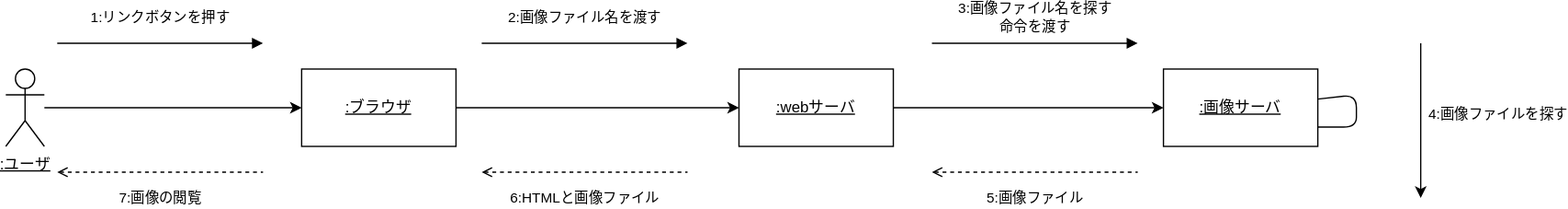
Above: 演習５-1_CD_Web画像検索.drawio.svg in Yamamoto0818/uml-intro (draw.io), before the change. Source tidied: cells renumbered, new cells last; positions are measured from the earlier drawing's top-left corner, leaving out a move shared by most shapes.
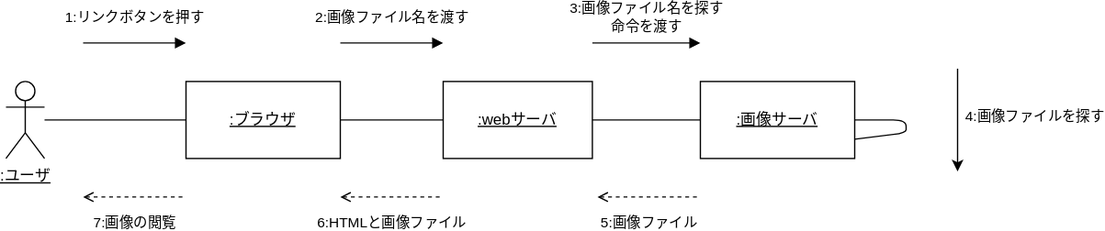
Later version of the same file.

Change to the diagram source:
```diff
@@ -2,75 +2,75 @@
   <root>
     <mxCell id="0" />
     <mxCell id="1" parent="0" />
-    <mxCell id="2" style="edgeStyle=none;html=1;" parent="1" edge="1" source="3" target="5">
+    <mxCell id="2" style="edgeStyle=none;html=1;endArrow=none;endFill=0;" parent="1" edge="1" source="3" target="5">
       <mxGeometry relative="1" as="geometry" />
     </mxCell>
     <mxCell id="3" value=":ユーザ" style="shape=umlActor;verticalLabelPosition=bottom;verticalAlign=top;html=1;outlineConnect=0;fontStyle=4;" parent="1" vertex="1">
       <mxGeometry y="20" width="30" height="60" as="geometry" />
     </mxCell>
-    <mxCell id="4" style="edgeStyle=none;html=1;" parent="1" edge="1" source="5" target="7">
+    <mxCell id="4" style="edgeStyle=none;html=1;endArrow=none;endFill=0;" parent="1" edge="1" source="5" target="7">
       <mxGeometry relative="1" as="geometry" />
     </mxCell>
     <mxCell id="5" value=":ブラウザ" style="whiteSpace=wrap;html=1;verticalAlign=middle;fontStyle=4;" parent="1" vertex="1">
-      <mxGeometry x="230" y="20" width="120" height="60" as="geometry" />
+      <mxGeometry x="140" y="20" width="120" height="60" as="geometry" />
     </mxCell>
-    <mxCell id="6" style="edgeStyle=none;html=1;" parent="1" edge="1" source="7" target="9">
+    <mxCell id="6" style="edgeStyle=none;html=1;endArrow=none;endFill=0;" parent="1" edge="1" source="7" target="9">
       <mxGeometry relative="1" as="geometry" />
     </mxCell>
     <mxCell id="7" value=":webサーバ" style="whiteSpace=wrap;html=1;verticalAlign=middle;fontStyle=4;" parent="1" vertex="1">
-      <mxGeometry x="570" y="20" width="120" height="60" as="geometry" />
+      <mxGeometry x="340" y="20" width="116" height="60" as="geometry" />
     </mxCell>
     <mxCell id="8" style="edgeStyle=none;html=1;endArrow=none;endFill=0;entryX=1;entryY=0.75;entryDx=0;entryDy=0;" parent="1" edge="1" source="9" target="9">
       <mxGeometry relative="1" as="geometry">
         <Array as="points">
-          <mxPoint x="1050" y="40" />
-          <mxPoint x="1050" y="65" />
+          <mxPoint x="700" y="50" />
+          <mxPoint x="700" y="60" />
         </Array>
       </mxGeometry>
     </mxCell>
     <mxCell id="9" value=":画像サーバ" style="whiteSpace=wrap;html=1;verticalAlign=middle;fontStyle=4;" parent="1" vertex="1">
-      <mxGeometry x="900" y="20" width="120" height="60" as="geometry" />
+      <mxGeometry x="540" y="20" width="120" height="60" as="geometry" />
     </mxCell>
     <mxCell id="10" value="1:リンクボタンを押す" style="endArrow=block;html=1;endFill=1;" parent="1" edge="1">
       <mxGeometry y="20" relative="1" as="geometry">
-        <mxPoint x="40" as="sourcePoint" />
-        <mxPoint x="200" as="targetPoint" />
+        <mxPoint x="60" y="-10" as="sourcePoint" />
+        <mxPoint x="140" y="-10" as="targetPoint" />
       </mxGeometry>
     </mxCell>
     <mxCell id="11" value="2:画像ファイル名を渡す" style="endArrow=block;html=1;endFill=1;" parent="1" edge="1">
       <mxGeometry y="20" relative="1" as="geometry">
-        <mxPoint x="370" as="sourcePoint" />
-        <mxPoint x="530" as="targetPoint" />
+        <mxPoint x="260" y="-10" as="sourcePoint" />
+        <mxPoint x="340" y="-10" as="targetPoint" />
       </mxGeometry>
     </mxCell>
     <mxCell id="12" value="3:画像ファイル名を探す&lt;br&gt;命令を渡す" style="endArrow=block;html=1;endFill=1;" parent="1" edge="1">
       <mxGeometry y="20" relative="1" as="geometry">
-        <mxPoint x="720" as="sourcePoint" />
-        <mxPoint x="880" as="targetPoint" />
+        <mxPoint x="456" y="-10" as="sourcePoint" />
+        <mxPoint x="540" y="-10" as="targetPoint" />
       </mxGeometry>
     </mxCell>
     <mxCell id="13" value="4:画像ファイルを探す" style="endArrow=classic;html=1;" parent="1" edge="1">
       <mxGeometry x="-0.08" y="60" relative="1" as="geometry">
-        <mxPoint x="1100" as="sourcePoint" />
-        <mxPoint x="1100" y="120" as="targetPoint" />
+        <mxPoint x="740" y="10" as="sourcePoint" />
+        <mxPoint x="740" y="90" as="targetPoint" />
       </mxGeometry>
     </mxCell>
     <mxCell id="14" value="5:画像ファイル" style="endArrow=none;dashed=1;html=1;startArrow=open;startFill=0;" parent="1" edge="1">
       <mxGeometry y="-20" relative="1" as="geometry">
-        <mxPoint x="720" y="100" as="sourcePoint" />
-        <mxPoint x="880" y="100" as="targetPoint" />
+        <mxPoint x="460" y="110" as="sourcePoint" />
+        <mxPoint x="540" y="110" as="targetPoint" />
       </mxGeometry>
     </mxCell>
     <mxCell id="15" value="6:HTMLと画像ファイル" style="endArrow=none;dashed=1;html=1;startArrow=open;startFill=0;" parent="1" edge="1">
       <mxGeometry y="-20" relative="1" as="geometry">
-        <mxPoint x="370" y="100" as="sourcePoint" />
-        <mxPoint x="530" y="100" as="targetPoint" />
+        <mxPoint x="260" y="110" as="sourcePoint" />
+        <mxPoint x="340" y="110" as="targetPoint" />
       </mxGeometry>
     </mxCell>
     <mxCell id="16" value="7:画像の閲覧" style="endArrow=none;dashed=1;html=1;startArrow=open;startFill=0;" parent="1" edge="1">
       <mxGeometry y="-20" relative="1" as="geometry">
-        <mxPoint x="40" y="100" as="sourcePoint" />
-        <mxPoint x="200" y="100" as="targetPoint" />
+        <mxPoint x="60" y="110" as="sourcePoint" />
+        <mxPoint x="140" y="110" as="targetPoint" />
       </mxGeometry>
     </mxCell>
   </root>
```
